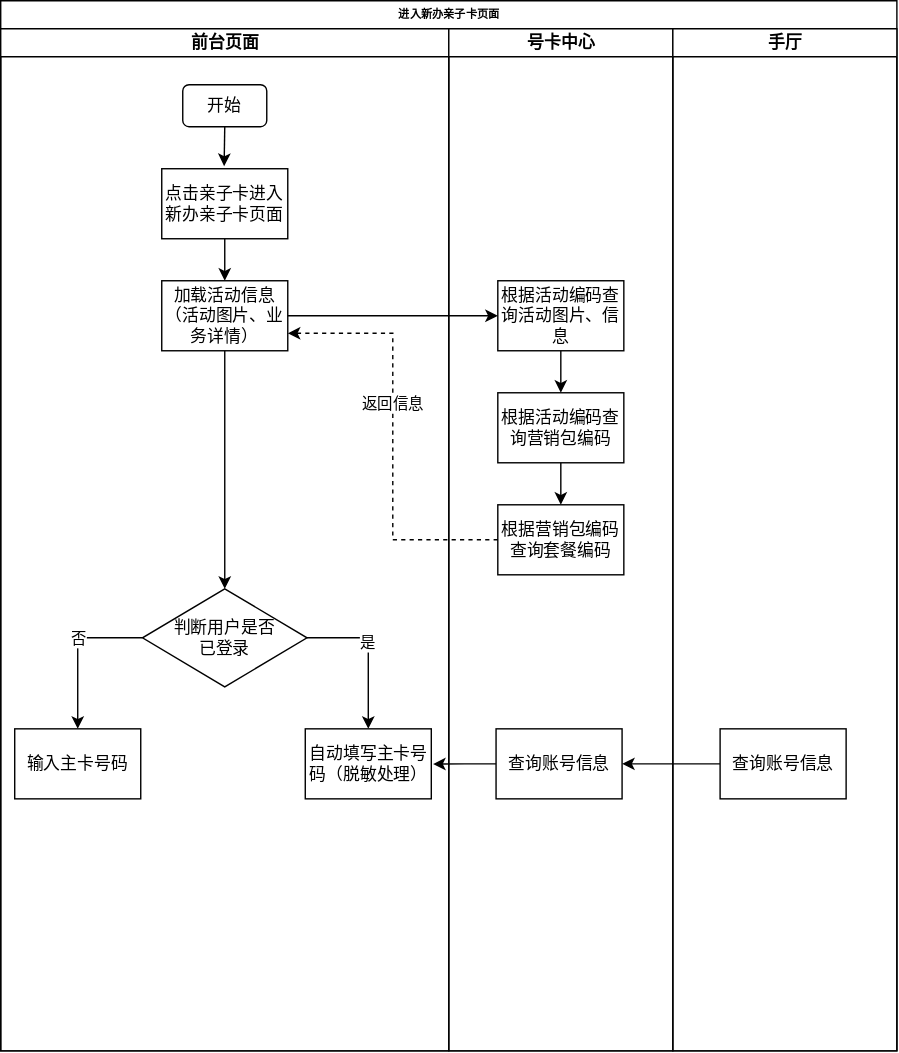
Before: 进入新办亲子卡页面.drawio.svg, a diagram exported from draw.io (Blank-0923/blog). Source tidied: cells renumbered, new cells last; positions are measured from the earlier drawing's top-left corner, leaving out a move shared by most shapes.
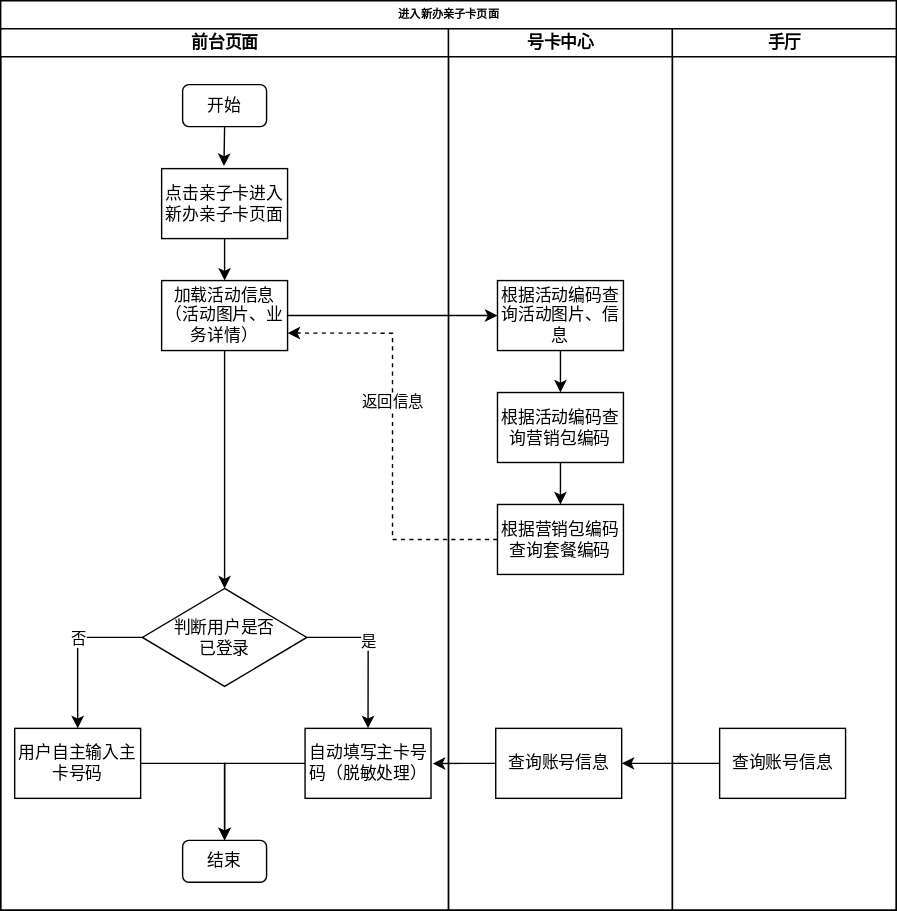
After the commit.

Commit message:
更新进入新办亲子卡页面.drawio.svg

What changed in the source:
```diff
@@ -3,10 +3,10 @@
     <mxCell id="0" />
     <mxCell id="1" parent="0" />
     <mxCell id="2" value="进入新办亲子卡页面" style="swimlane;html=1;startSize=20;rounded=0;shadow=0;labelBackgroundColor=none;strokeWidth=1;fontFamily=Verdana;fontSize=8;align=center;" parent="1" vertex="1">
-      <mxGeometry width="640" height="750" as="geometry" />
+      <mxGeometry width="640" height="650" as="geometry" />
     </mxCell>
     <mxCell id="3" value="前台页面" style="swimlane;html=1;startSize=20;" parent="2" vertex="1">
-      <mxGeometry y="20" width="320" height="730" as="geometry" />
+      <mxGeometry y="20" width="320" height="630" as="geometry" />
     </mxCell>
     <mxCell id="4" style="edgeStyle=orthogonalEdgeStyle;rounded=0;jettySize=auto;html=1;exitX=0.5;exitY=1;exitDx=0;exitDy=0;entryX=0.495;entryY=-0.037;entryDx=0;entryDy=0;entryPerimeter=0;" parent="3" edge="1" source="5" target="7">
       <mxGeometry relative="1" as="geometry" />
@@ -37,9 +37,15 @@
     <mxCell id="12" value="判断用户是否&lt;br&gt;已登录" style="rhombus;whiteSpace=wrap;html=1;" parent="3" vertex="1">
       <mxGeometry x="101.2" y="400" width="117.5" height="70" as="geometry" />
     </mxCell>
+    <mxCell id="31" style="edgeStyle=orthogonalEdgeStyle;rounded=0;jettySize=auto;html=1;exitX=1;exitY=0.5;exitDx=0;exitDy=0;" parent="3" edge="1" source="13" target="33">
+      <mxGeometry relative="1" as="geometry" />
+    </mxCell>
-    <mxCell id="13" value="输入主卡号码" style="rounded=0;whiteSpace=wrap;html=1;" parent="3" vertex="1">
+    <mxCell id="13" value="用户自主输入主卡号码" style="rounded=0;whiteSpace=wrap;html=1;" parent="3" vertex="1">
       <mxGeometry x="10" y="500" width="90" height="50" as="geometry" />
     </mxCell>
+    <mxCell id="32" style="edgeStyle=orthogonalEdgeStyle;rounded=0;jettySize=auto;html=1;exitX=0;exitY=0.5;exitDx=0;exitDy=0;entryX=0.5;entryY=0;entryDx=0;entryDy=0;" parent="3" edge="1" source="14" target="33">
+      <mxGeometry relative="1" as="geometry" />
+    </mxCell>
     <mxCell id="14" value="自动填写主卡号码（脱敏处理）" style="rounded=0;whiteSpace=wrap;html=1;" parent="3" vertex="1">
       <mxGeometry x="217.5" y="500" width="90" height="50" as="geometry" />
     </mxCell>
@@ -49,11 +55,14 @@
     <mxCell id="16" value="加载活动信息（活动图片、业务详情）" style="rounded=0;whiteSpace=wrap;html=1;" parent="3" vertex="1">
       <mxGeometry x="115" y="180" width="90" height="50" as="geometry" />
     </mxCell>
+    <mxCell id="33" value="结束" style="rounded=1;whiteSpace=wrap;html=1;" parent="3" vertex="1">
+      <mxGeometry x="130" y="580" width="60" height="30" as="geometry" />
+    </mxCell>
     <mxCell id="17" style="edgeStyle=orthogonalEdgeStyle;rounded=0;jettySize=auto;html=1;exitX=0;exitY=0.5;exitDx=0;exitDy=0;entryX=1;entryY=0.5;entryDx=0;entryDy=0;" parent="2" edge="1" source="26" target="19">
       <mxGeometry relative="1" as="geometry" />
     </mxCell>
     <mxCell id="18" value="号卡中心" style="swimlane;html=1;startSize=20;" parent="2" vertex="1">
-      <mxGeometry x="320" y="20" width="160" height="730" as="geometry" />
+      <mxGeometry x="320" y="20" width="160" height="630" as="geometry" />
     </mxCell>
     <mxCell id="19" value="查询账号信息" style="rounded=0;whiteSpace=wrap;html=1;" parent="18" vertex="1">
       <mxGeometry x="33.8" y="500" width="90" height="50" as="geometry" />
@@ -74,7 +83,7 @@
       <mxGeometry x="35" y="340" width="90" height="50" as="geometry" />
     </mxCell>
     <mxCell id="25" value="手厅" style="swimlane;html=1;startSize=20;" parent="2" vertex="1">
-      <mxGeometry x="480" y="20" width="160" height="730" as="geometry" />
+      <mxGeometry x="480" y="20" width="160" height="630" as="geometry" />
     </mxCell>
     <mxCell id="26" value="查询账号信息" style="rounded=0;whiteSpace=wrap;html=1;" parent="25" vertex="1">
       <mxGeometry x="33.8" y="500" width="90" height="50" as="geometry" />
```
